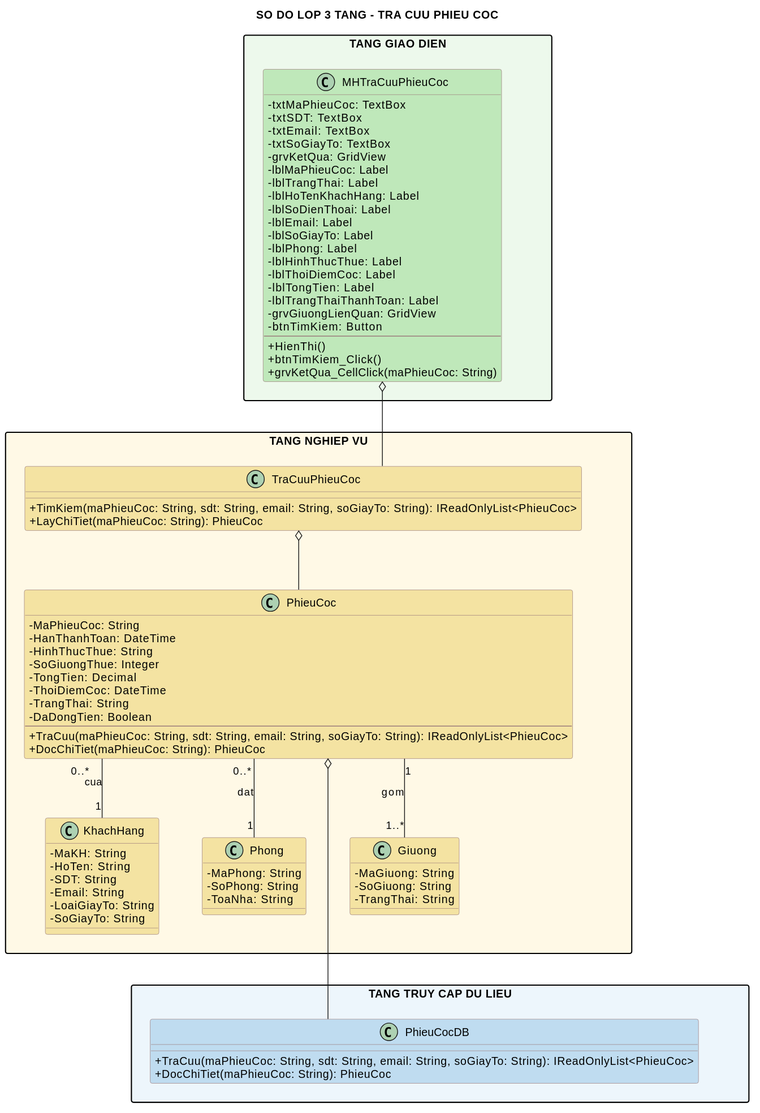
Earlier version of the PlantUML export diagram/svg/tra-cuu-phieu-coc-class.svg (Ming1309/HomeStay-Dorm). Source of this version:
```plantuml
@startuml
title SO DO LOP 3 TANG - TRA CUU PHIEU COC
top to bottom direction
skinparam shadowing false
skinparam linetype ortho
skinparam nodesep 55
skinparam ranksep 75
skinparam packageStyle rectangle
skinparam classAttributeIconSize 0
skinparam class {
  BackgroundColor #FFFACD
  BorderColor #9B7B7B
}
package "TANG GIAO DIEN" as GUI_LAYER #EDF9EC {
  class MHTraCuuPhieuCoc #BFE8BA {
    - txtMaPhieuCoc: TextBox
    - txtSDT: TextBox
    - txtEmail: TextBox
    - txtSoGiayTo: TextBox
    - grvKetQua: GridView
    - lblMaPhieuCoc: Label
    - lblTrangThai: Label
    - lblHoTenKhachHang: Label
    - lblSoDienThoai: Label
    - lblEmail: Label
    - lblSoGiayTo: Label
    - lblPhong: Label
    - lblHinhThucThue: Label
    - lblThoiDiemCoc: Label
    - lblTongTien: Label
    - lblTrangThaiThanhToan: Label
    - grvGiuongLienQuan: GridView
    - btnTimKiem: Button
    --
    + HienThi()
    + btnTimKiem_Click()
    + grvKetQua_CellClick(maPhieuCoc: String)
  }
}
package "TANG NGHIEP VU" as BUS_LAYER #FFF9E6 {
  class TraCuuPhieuCoc #F4E3A2 {
    + TimKiem(maPhieuCoc: String, sdt: String, email: String, soGiayTo: String): IReadOnlyList<PhieuCoc>
    + LayChiTiet(maPhieuCoc: String): PhieuCoc
  }

  class PhieuCoc #F4E3A2 {
    - MaPhieuCoc: String
    - HanThanhToan: DateTime
    - HinhThucThue: String
    - SoGiuongThue: Integer
    - TongTien: Decimal
    - ThoiDiemCoc: DateTime
    - TrangThai: String
    - DaDongTien: Boolean
    --
    + TraCuu(maPhieuCoc: String, sdt: String, email: String, soGiayTo: String): IReadOnlyList<PhieuCoc>
    + DocChiTiet(maPhieuCoc: String): PhieuCoc
  }

  class KhachHang #F4E3A2 {
    - MaKH: String
    - HoTen: String
    - SDT: String
    - Email: String
    - LoaiGiayTo: String
    - SoGiayTo: String
  }

  class Phong #F4E3A2 {
    - MaPhong: String
    - SoPhong: String
    - ToaNha: String
  }

  class Giuong #F4E3A2 {
    - MaGiuong: String
    - SoGiuong: String
    - TrangThai: String
  }
}
package "TANG TRUY CAP DU LIEU" as DAL_LAYER #EDF6FC {
  class PhieuCocDB #BFDCF0 {
    + TraCuu(maPhieuCoc: String, sdt: String, email: String, soGiayTo: String): IReadOnlyList<PhieuCoc>
    + DocChiTiet(maPhieuCoc: String): PhieuCoc
  }
}

MHTraCuuPhieuCoc o-- TraCuuPhieuCoc
TraCuuPhieuCoc o-- PhieuCoc
PhieuCoc o-- PhieuCocDB

PhieuCoc "0..*" -- "1" KhachHang : cua
PhieuCoc "0..*" -- "1" Phong : dat
PhieuCoc "1" -- "1..*" Giuong : gom

GUI_LAYER -[hidden]down- BUS_LAYER
BUS_LAYER -[hidden]down- DAL_LAYER
TraCuuPhieuCoc -[hidden]down- PhieuCocDB
Giuong -[hidden]down- PhieuCocDB
@enduml
```
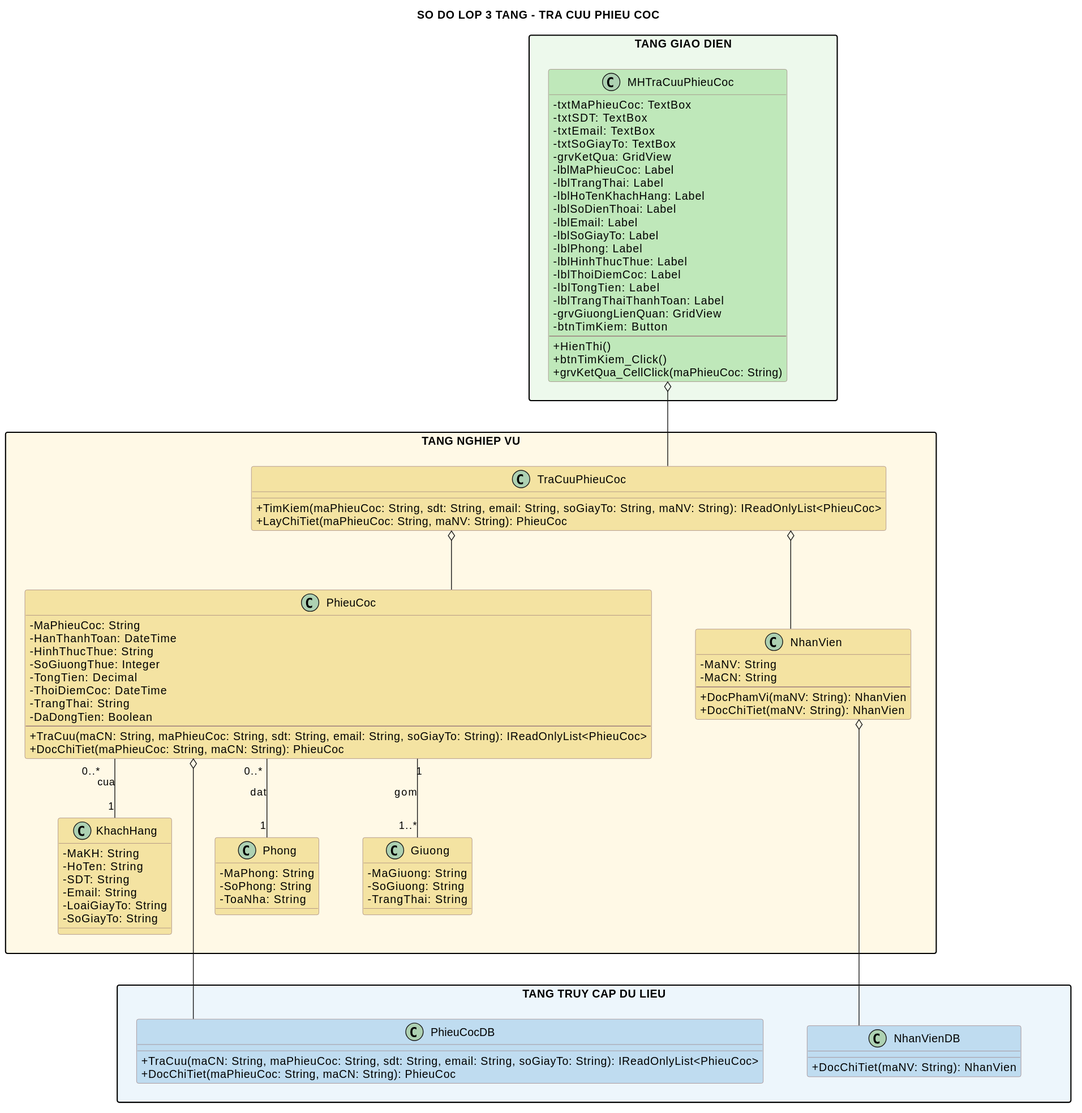
The same diagram one commit later.

The edit, as a diff of the source:
```diff
@@ -39,8 +39,16 @@
 }
 package "TANG NGHIEP VU" as BUS_LAYER #FFF9E6 {
   class TraCuuPhieuCoc #F4E3A2 {
-    + TimKiem(maPhieuCoc: String, sdt: String, email: String, soGiayTo: String): IReadOnlyList<PhieuCoc>
-    + LayChiTiet(maPhieuCoc: String): PhieuCoc
+    + TimKiem(maPhieuCoc: String, sdt: String, email: String, soGiayTo: String, maNV: String): IReadOnlyList<PhieuCoc>
+    + LayChiTiet(maPhieuCoc: String, maNV: String): PhieuCoc
+  }
+
+  class NhanVien #F4E3A2 {
+    - MaNV: String
+    - MaCN: String
+    --
+    + DocPhamVi(maNV: String): NhanVien
+    + DocChiTiet(maNV: String): NhanVien
   }
 
   class PhieuCoc #F4E3A2 {
@@ -53,8 +61,8 @@
     - TrangThai: String
     - DaDongTien: Boolean
     --
-    + TraCuu(maPhieuCoc: String, sdt: String, email: String, soGiayTo: String): IReadOnlyList<PhieuCoc>
-    + DocChiTiet(maPhieuCoc: String): PhieuCoc
+    + TraCuu(maCN: String, maPhieuCoc: String, sdt: String, email: String, soGiayTo: String): IReadOnlyList<PhieuCoc>
+    + DocChiTiet(maPhieuCoc: String, maCN: String): PhieuCoc
   }
 
   class KhachHang #F4E3A2 {
@@ -79,14 +87,19 @@
   }
 }
 package "TANG TRUY CAP DU LIEU" as DAL_LAYER #EDF6FC {
+  class NhanVienDB #BFDCF0 {
+    + DocChiTiet(maNV: String): NhanVien
+  }
   class PhieuCocDB #BFDCF0 {
-    + TraCuu(maPhieuCoc: String, sdt: String, email: String, soGiayTo: String): IReadOnlyList<PhieuCoc>
-    + DocChiTiet(maPhieuCoc: String): PhieuCoc
+    + TraCuu(maCN: String, maPhieuCoc: String, sdt: String, email: String, soGiayTo: String): IReadOnlyList<PhieuCoc>
+    + DocChiTiet(maPhieuCoc: String, maCN: String): PhieuCoc
   }
 }
 
 MHTraCuuPhieuCoc o-- TraCuuPhieuCoc
 TraCuuPhieuCoc o-- PhieuCoc
+TraCuuPhieuCoc o-- NhanVien
+NhanVien o-- NhanVienDB
 PhieuCoc o-- PhieuCocDB
 
 PhieuCoc "0..*" -- "1" KhachHang : cua
@@ -96,5 +109,6 @@
 GUI_LAYER -[hidden]down- BUS_LAYER
 BUS_LAYER -[hidden]down- DAL_LAYER
 TraCuuPhieuCoc -[hidden]down- PhieuCocDB
+NhanVienDB -[hidden]right- PhieuCocDB
 Giuong -[hidden]down- PhieuCocDB
 @enduml
```
